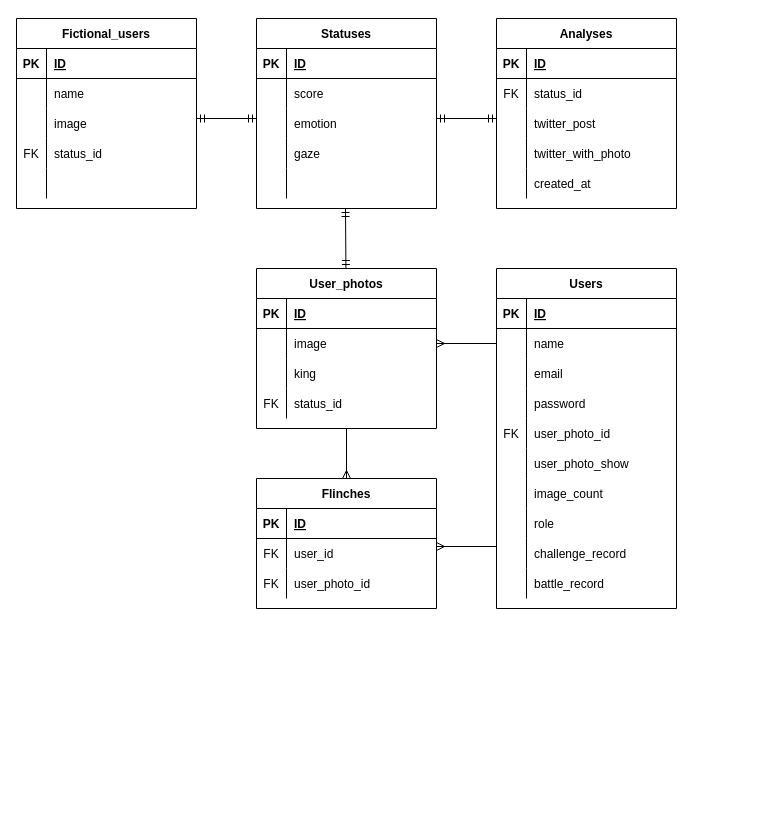
The draw.io diagram er_diagram.dio in akinari0919/gantobashi, before the edit. Source tidied: cells renumbered, new cells numbered last; positions are measured from the earlier drawing's top-left corner, leaving out a move shared by most shapes. Both pictures are drawn from the tidied source at 100%, with x=0, y=0 at pixel (16, 18).
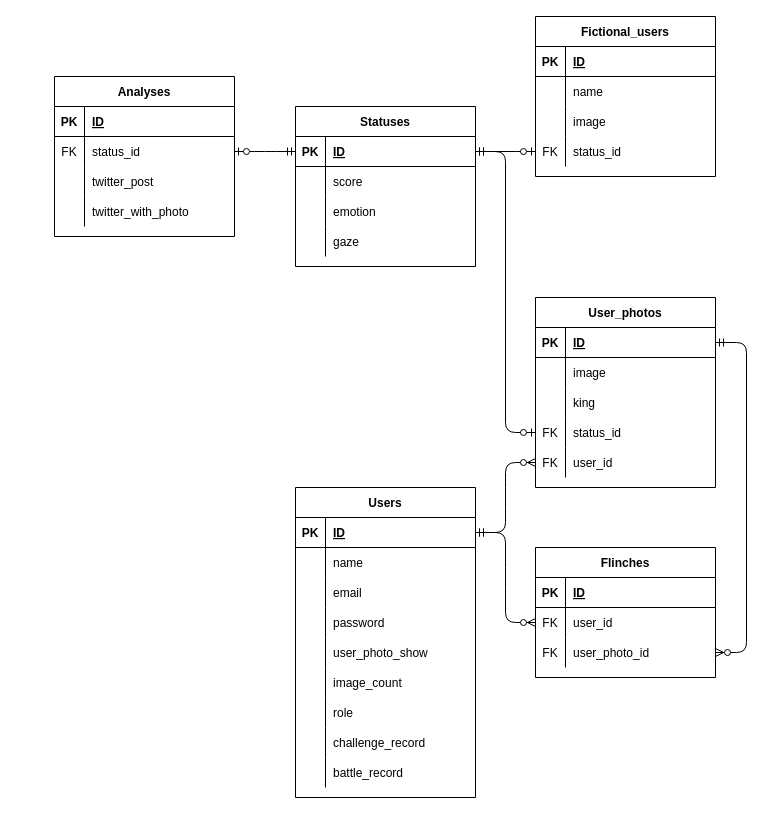
The same diagram, later.

Commit message (it also covers changes not shown here):
fix:テーブル設計・ER図の修正

The change refers to these unchanged cells:
```xml
<mxCell id="6" style="shape=partialRectangle;fillColor=none;top=0;left=0;bottom=0;right=0;points=[[0,0.5],[1,0.5]];portConstraint=eastwest;" parent="2" vertex="1">
  <mxGeometry y="60" width="180" height="30" as="geometry" />
</mxCell>
<mxCell id="28" style="shape=partialRectangle;fillColor=none;top=0;left=0;bottom=0;right=0;points=[[0,0.5],[1,0.5]];portConstraint=eastwest;" parent="18" vertex="1">
  <mxGeometry y="120" width="180" height="30" as="geometry" />
</mxCell>
<mxCell id="35" style="shape=partialRectangle;fillColor=none;top=0;left=0;bottom=1;right=0;points=[[0,0.5],[1,0.5]];portConstraint=eastwest;" parent="34" vertex="1">
  <mxGeometry y="30" width="180" height="30" as="geometry" />
</mxCell>
<mxCell id="38" style="shape=partialRectangle;fillColor=none;top=0;left=0;bottom=0;right=0;points=[[0,0.5],[1,0.5]];portConstraint=eastwest;" parent="34" vertex="1">
  <mxGeometry y="60" width="180" height="30" as="geometry" />
</mxCell>
<mxCell id="66" style="shape=partialRectangle;fillColor=none;top=0;left=0;bottom=1;right=0;points=[[0,0.5],[1,0.5]];portConstraint=eastwest;" parent="65" vertex="1">
  <mxGeometry y="30" width="180" height="30" as="geometry" />
</mxCell>
<mxCell id="82" style="shape=partialRectangle;fillColor=none;top=0;left=0;bottom=1;right=0;points=[[0,0.5],[1,0.5]];portConstraint=eastwest;" parent="81" vertex="1">
  <mxGeometry y="30" width="180" height="30" as="geometry" />
</mxCell>
<mxCell id="85" style="shape=partialRectangle;fillColor=none;top=0;left=0;bottom=0;right=0;points=[[0,0.5],[1,0.5]];portConstraint=eastwest;" parent="81" vertex="1">
  <mxGeometry y="60" width="180" height="30" as="geometry" />
</mxCell>
<mxCell id="91" style="shape=partialRectangle;fillColor=none;top=0;left=0;bottom=0;right=0;points=[[0,0.5],[1,0.5]];portConstraint=eastwest;" parent="81" vertex="1">
  <mxGeometry y="120" width="180" height="30" as="geometry" />
</mxCell>
<mxCell id="101" style="shape=partialRectangle;fillColor=none;top=0;left=0;bottom=0;right=0;points=[[0,0.5],[1,0.5]];portConstraint=eastwest;" parent="97" vertex="1">
  <mxGeometry y="60" width="180" height="30" as="geometry" />
</mxCell>
<mxCell id="104" style="shape=partialRectangle;fillColor=none;top=0;left=0;bottom=0;right=0;points=[[0,0.5],[1,0.5]];portConstraint=eastwest;" parent="97" vertex="1">
  <mxGeometry y="90" width="180" height="30" as="geometry" />
</mxCell>
```

What changed in the source:
```diff
@@
     <mxCell id="2" value="Analyses" style="shape=table;startSize=30;childLayout=tableLayout;rowLines=0;fontStyle=1;align=center;" parent="1" vertex="1">
-      <mxGeometry x="480" width="180" height="190" as="geometry" />
+      <mxGeometry x="38" y="58" width="180" height="160" as="geometry" />
     </mxCell>
@@
-    <mxCell id="15" style="shape=partialRectangle;fillColor=none;top=0;left=0;bottom=0;right=0;" parent="2" vertex="1">
-      <mxGeometry y="150" width="180" height="30" as="geometry" />
-    </mxCell>
-    <mxCell id="16" style="shape=partialRectangle;fillColor=none;top=0;left=0;bottom=0;right=0;overflow=hidden;" parent="15" vertex="1">
-      <mxGeometry width="30" height="30" as="geometry" />
-    </mxCell>
-    <mxCell id="17" value="created_at" style="shape=partialRectangle;fillColor=none;top=0;left=0;bottom=0;right=0;align=left;spacingLeft=6;overflow=hidden;" parent="15" vertex="1">
-      <mxGeometry x="30" width="150" height="30" as="geometry" />
-    </mxCell>
     <mxCell id="18" value="Fictional_users" style="shape=table;startSize=30;childLayout=tableLayout;rowLines=0;fontStyle=1;align=center;" parent="1" vertex="1">
-      <mxGeometry width="180" height="190" as="geometry" />
+      <mxGeometry x="519" y="-2" width="180" height="160" as="geometry" />
     </mxCell>
@@
-    <mxCell id="31" style="shape=partialRectangle;fillColor=none;top=0;left=0;bottom=0;right=0;" parent="18" vertex="1">
-      <mxGeometry y="150" width="180" height="30" as="geometry" />
-    </mxCell>
-    <mxCell id="32" style="shape=partialRectangle;fillColor=none;top=0;left=0;bottom=0;right=0;overflow=hidden;" parent="31" vertex="1">
-      <mxGeometry width="30" height="30" as="geometry" />
-    </mxCell>
-    <mxCell id="33" style="shape=partialRectangle;fillColor=none;top=0;left=0;bottom=0;right=0;align=left;spacingLeft=6;overflow=hidden;" parent="31" vertex="1">
-      <mxGeometry x="30" width="150" height="30" as="geometry" />
-    </mxCell>
     <mxCell id="34" value="Users" style="shape=table;startSize=30;childLayout=tableLayout;rowLines=0;fontStyle=1;align=center;" parent="1" vertex="1">
-      <mxGeometry x="480" y="250" width="180" height="340" as="geometry" />
+      <mxGeometry x="279" y="469" width="180" height="310" as="geometry" />
     </mxCell>
@@
-    <mxCell id="47" style="shape=partialRectangle;fillColor=none;top=0;left=0;bottom=0;right=0;" parent="34" vertex="1">
-      <mxGeometry y="150" width="180" height="30" as="geometry" />
-    </mxCell>
-    <mxCell id="48" value="FK" style="shape=partialRectangle;fillColor=none;top=0;left=0;bottom=0;right=0;overflow=hidden;" parent="47" vertex="1">
-      <mxGeometry width="30" height="30" as="geometry" />
-    </mxCell>
-    <mxCell id="49" value="user_photo_id" style="shape=partialRectangle;fillColor=none;top=0;left=0;bottom=0;right=0;align=left;spacingLeft=6;overflow=hidden;" parent="47" vertex="1">
-      <mxGeometry x="30" width="150" height="30" as="geometry" />
-    </mxCell>
     <mxCell id="50" style="shape=partialRectangle;fillColor=none;top=0;left=0;bottom=0;right=0;" parent="34" vertex="1">
-      <mxGeometry y="180" width="180" height="30" as="geometry" />
+      <mxGeometry y="150" width="180" height="30" as="geometry" />
     </mxCell>
@@
     <mxCell id="53" style="shape=partialRectangle;fillColor=none;top=0;left=0;bottom=0;right=0;" parent="34" vertex="1">
-      <mxGeometry y="210" width="180" height="30" as="geometry" />
+      <mxGeometry y="180" width="180" height="30" as="geometry" />
     </mxCell>
@@
     <mxCell id="56" style="shape=partialRectangle;fillColor=none;top=0;left=0;bottom=0;right=0;" parent="34" vertex="1">
-      <mxGeometry y="240" width="180" height="30" as="geometry" />
+      <mxGeometry y="210" width="180" height="30" as="geometry" />
     </mxCell>
@@
     <mxCell id="59" style="shape=partialRectangle;fillColor=none;top=0;left=0;bottom=0;right=0;" parent="34" vertex="1">
-      <mxGeometry y="270" width="180" height="30" as="geometry" />
+      <mxGeometry y="240" width="180" height="30" as="geometry" />
     </mxCell>
@@
     <mxCell id="62" style="shape=partialRectangle;fillColor=none;top=0;left=0;bottom=0;right=0;" parent="34" vertex="1">
-      <mxGeometry y="300" width="180" height="30" as="geometry" />
+      <mxGeometry y="270" width="180" height="30" as="geometry" />
     </mxCell>
@@
     <mxCell id="65" value="Statuses" style="shape=table;startSize=30;childLayout=tableLayout;rowLines=0;fontStyle=1;align=center;" parent="1" vertex="1">
-      <mxGeometry x="240" width="180" height="190" as="geometry" />
+      <mxGeometry x="279" y="88" width="180" height="160" as="geometry" />
     </mxCell>
@@
-    <mxCell id="78" style="shape=partialRectangle;fillColor=none;top=0;left=0;bottom=0;right=0;" parent="65" vertex="1">
-      <mxGeometry y="150" width="180" height="30" as="geometry" />
-    </mxCell>
-    <mxCell id="79" style="shape=partialRectangle;fillColor=none;top=0;left=0;bottom=0;right=0;overflow=hidden;" parent="78" vertex="1">
-      <mxGeometry width="30" height="30" as="geometry" />
-    </mxCell>
-    <mxCell id="80" style="shape=partialRectangle;fillColor=none;top=0;left=0;bottom=0;right=0;align=left;spacingLeft=6;overflow=hidden;" parent="78" vertex="1">
-      <mxGeometry x="30" width="150" height="30" as="geometry" />
-    </mxCell>
     <mxCell id="81" value="User_photos" style="shape=table;startSize=30;childLayout=tableLayout;rowLines=0;fontStyle=1;align=center;" parent="1" vertex="1">
-      <mxGeometry x="240" y="250" width="180" height="160" as="geometry" />
+      <mxGeometry x="519" y="279" width="180" height="190" as="geometry" />
     </mxCell>
@@
-    <mxCell id="94" style="fontSize=12;html=1;endArrow=ERmandOne;startArrow=ERmandOne;" parent="1" edge="1">
-      <mxGeometry relative="1" as="geometry">
-        <mxPoint x="180" y="100" as="sourcePoint" />
-        <mxPoint x="240" y="100" as="targetPoint" />
-      </mxGeometry>
-    </mxCell>
-    <mxCell id="95" style="fontSize=12;html=1;endArrow=ERmandOne;startArrow=ERmandOne;" parent="1" edge="1">
-      <mxGeometry relative="1" as="geometry">
-        <mxPoint x="420" y="100" as="sourcePoint" />
-        <mxPoint x="480" y="100" as="targetPoint" />
-      </mxGeometry>
-    </mxCell>
-    <mxCell id="96" style="fontSize=12;html=1;endArrow=ERmany;" parent="1" edge="1" source="38" target="85">
-      <mxGeometry relative="1" as="geometry" />
-    </mxCell>
+    <mxCell id="110" style="shape=partialRectangle;fillColor=none;top=0;left=0;bottom=0;right=0;points=[[0,0.5],[1,0.5]];portConstraint=eastwest;" parent="81" vertex="1">
+      <mxGeometry y="150" width="180" height="30" as="geometry" />
+    </mxCell>
+    <mxCell id="48" value="FK" style="shape=partialRectangle;fillColor=none;top=0;left=0;bottom=0;right=0;overflow=hidden;" parent="110" vertex="1">
+      <mxGeometry width="30" height="30" as="geometry" />
+    </mxCell>
+    <mxCell id="111" value="user_id" style="shape=partialRectangle;fillColor=none;top=0;left=0;bottom=0;right=0;align=left;spacingLeft=6;overflow=hidden;" parent="110" vertex="1">
+      <mxGeometry x="30" width="150" height="30" as="geometry" />
+    </mxCell>
     <mxCell id="97" value="Flinches" style="shape=table;startSize=30;childLayout=tableLayout;rowLines=0;fontStyle=1;align=center;" parent="1" vertex="1">
-      <mxGeometry x="240" y="460" width="180" height="130" as="geometry" />
+      <mxGeometry x="519" y="529" width="180" height="130" as="geometry" />
     </mxCell>
@@
-    <mxCell id="107" style="fontSize=12;html=1;endArrow=ERmany;" parent="1" edge="1">
-      <mxGeometry relative="1" as="geometry">
-        <mxPoint x="480" y="528" as="sourcePoint" />
-        <mxPoint x="420" y="528" as="targetPoint" />
-      </mxGeometry>
-    </mxCell>
-    <mxCell id="108" style="fontSize=12;html=1;endArrow=ERmany;entryX=0.5;entryY=0;entryDx=0;entryDy=0;" parent="1" edge="1" target="97">
-      <mxGeometry relative="1" as="geometry">
-        <mxPoint x="330" y="410" as="sourcePoint" />
-      </mxGeometry>
-    </mxCell>
-    <mxCell id="109" style="fontSize=12;html=1;endArrow=ERmandOne;startArrow=ERmandOne;" parent="1" edge="1" source="81">
-      <mxGeometry relative="1" as="geometry">
-        <mxPoint x="329" y="190" as="targetPoint" />
-      </mxGeometry>
-    </mxCell>
+    <mxCell id="112" style="edgeStyle=entityRelationEdgeStyle;fontSize=12;html=1;endArrow=ERzeroToOne;startArrow=ERmandOne;entryX=1;entryY=0.5;entryDx=0;entryDy=0;exitX=0;exitY=0.5;exitDx=0;exitDy=0;" parent="1" edge="1" source="66" target="6">
+      <mxGeometry relative="1" as="geometry" />
+    </mxCell>
+    <mxCell id="113" style="edgeStyle=entityRelationEdgeStyle;fontSize=12;html=1;endArrow=ERzeroToOne;startArrow=ERmandOne;entryX=0;entryY=0.5;entryDx=0;entryDy=0;exitX=1;exitY=0.5;exitDx=0;exitDy=0;" parent="1" edge="1" source="66" target="28">
+      <mxGeometry relative="1" as="geometry" />
+    </mxCell>
+    <mxCell id="114" style="fontSize=12;html=1;endArrow=ERzeroToOne;startArrow=ERmandOne;entryX=0;entryY=0.5;entryDx=0;entryDy=0;exitX=1;exitY=0.5;exitDx=0;exitDy=0;edgeStyle=orthogonalEdgeStyle;" parent="1" edge="1" source="66" target="91">
+      <mxGeometry relative="1" as="geometry" />
+    </mxCell>
+    <mxCell id="115" style="fontSize=12;html=1;endArrow=ERzeroToMany;startArrow=ERmandOne;exitX=1;exitY=0.5;exitDx=0;exitDy=0;entryX=1;entryY=0.5;entryDx=0;entryDy=0;edgeStyle=orthogonalEdgeStyle;" parent="1" edge="1" source="82" target="104">
+      <mxGeometry relative="1" as="geometry">
+        <Array as="points">
+          <mxPoint x="730" y="324" />
+          <mxPoint x="730" y="634" />
+        </Array>
+      </mxGeometry>
+    </mxCell>
+    <mxCell id="116" style="edgeStyle=entityRelationEdgeStyle;fontSize=12;html=1;endArrow=ERzeroToMany;startArrow=ERmandOne;exitX=1;exitY=0.5;exitDx=0;exitDy=0;entryX=0;entryY=0.5;entryDx=0;entryDy=0;" parent="1" edge="1" source="35" target="101">
+      <mxGeometry relative="1" as="geometry" />
+    </mxCell>
+    <mxCell id="117" style="edgeStyle=entityRelationEdgeStyle;fontSize=12;html=1;endArrow=ERzeroToMany;startArrow=ERmandOne;entryX=0;entryY=0.5;entryDx=0;entryDy=0;exitX=1;exitY=0.5;exitDx=0;exitDy=0;" parent="1" edge="1" source="35" target="110">
+      <mxGeometry relative="1" as="geometry" />
+    </mxCell>
```
